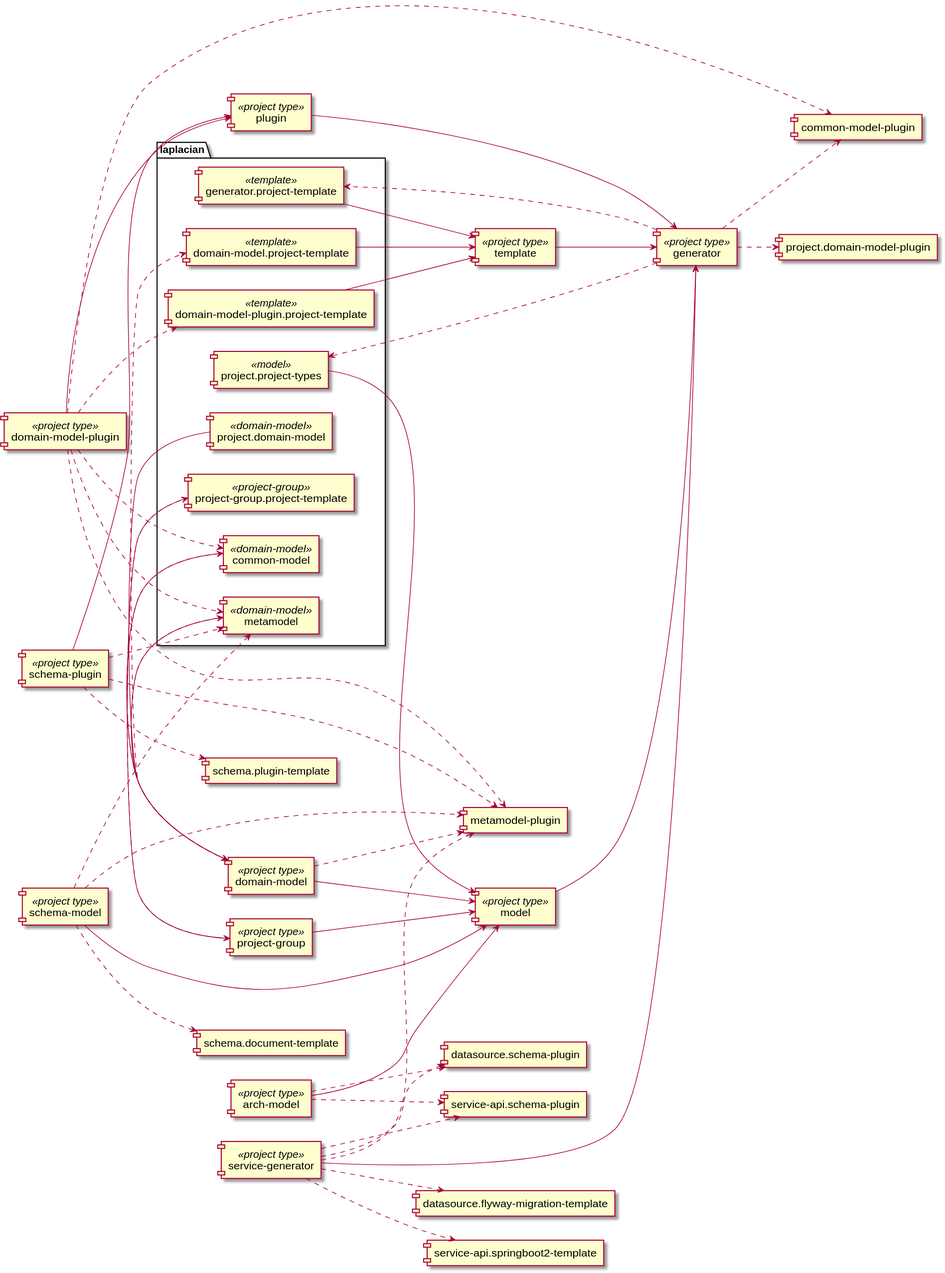
Before: doc/image/project-dependency-graph.svg, a diagram exported from PlantUML (laplacian-core/projects).
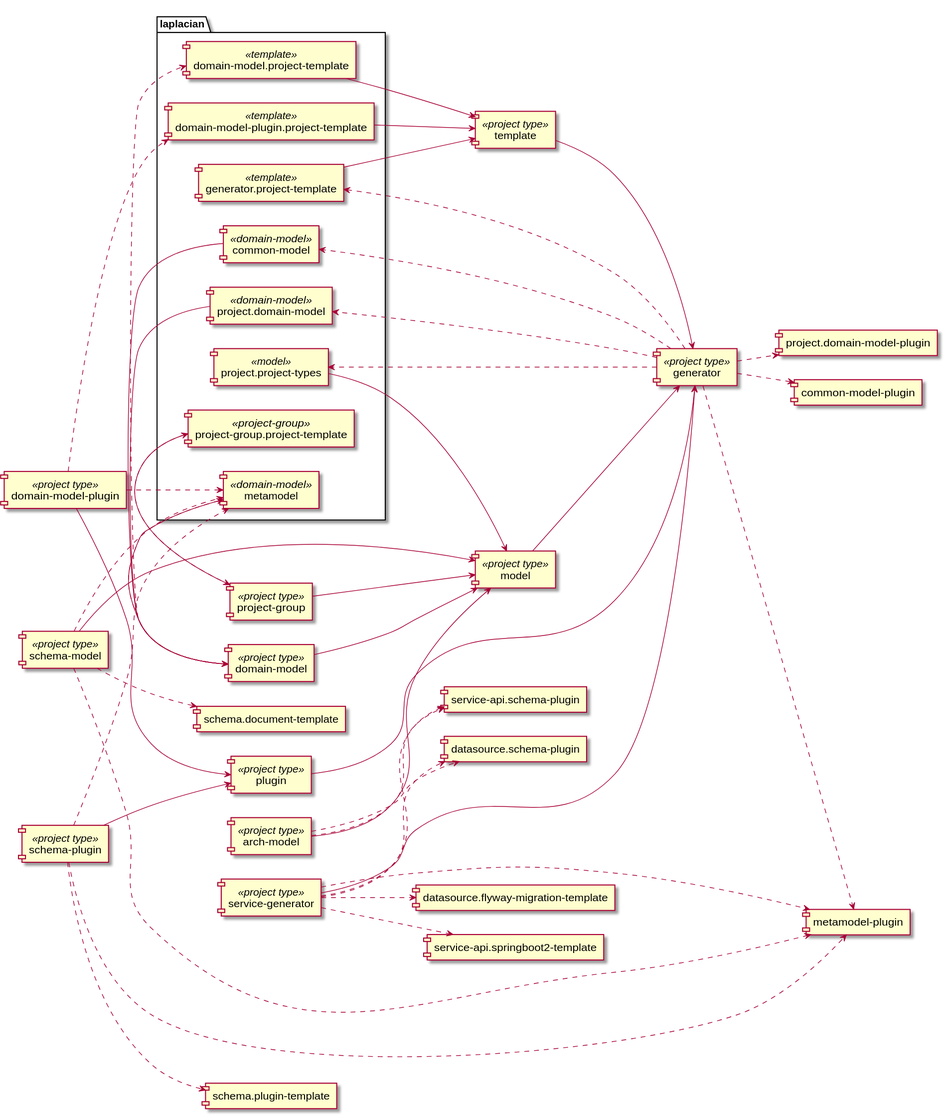
Above is the later version.

Diff of the diagram source:
```diff
@@ -51,18 +51,16 @@
   [arch-model] ..> [service-api.schema-plugin]
 
   [domain-model-plugin] ..> [metamodel]
-  [domain-model-plugin] ..> [common-model]
   [domain-model-plugin] ..> [domain-model-plugin.project-template]
-  [domain-model-plugin] ..> [metamodel-plugin]
-  [domain-model-plugin] ..> [common-model-plugin]
 
   [domain-model] ..> [metamodel]
-  [domain-model] ..> [common-model]
   [domain-model] ..> [domain-model.project-template]
-  [domain-model] ..> [metamodel-plugin]
 
   [generator] ..> [project.project-types]
+  [generator] ..> [project.domain-model]
+  [generator] ..> [common-model]
   [generator] ..> [generator.project-template]
+  [generator] ..> [metamodel-plugin]
   [generator] ..> [project.domain-model-plugin]
   [generator] ..> [common-model-plugin]
 
```
